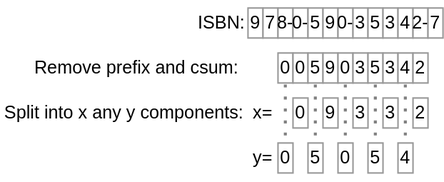
The draw.io diagram 2025/visualizing-all-books-in-isbn-space/coordinates.drawio.svg in phiresky/blog, before a commit. Source tidied: cells renumbered, new cells last; positions are measured from the earlier drawing's top-left corner, leaving out a move shared by most shapes. The source it was exported from:
```xml
<mxGraphModel>
  <root>
    <mxCell id="0" />
    <mxCell id="1" parent="0" />
    <mxCell id="2" value="ISBN:" style="text;html=1;strokeColor=none;fillColor=none;align=center;verticalAlign=middle;whiteSpace=wrap;rounded=0;" parent="1" vertex="1">
      <mxGeometry x="130" width="35" height="30" as="geometry" />
    </mxCell>
    <mxCell id="3" value="Remove prefix and csum:&lt;span style=&quot;color: rgba(0, 0, 0, 0); font-family: monospace; font-size: 0px; text-align: start;&quot;&gt;%3CmxGraphModel%3E%3Croot%3E%3CmxCell%20id%3D%220%22%2F%3E%3CmxCell%20id%3D%221%22%20parent%3D%220%22%2F%3E%3CmxCell%20id%3D%222%22%20value%3D%22ISBN%3A%20978-0-590-35342-7%22%20style%3D%22text%3Bhtml%3D1%3BstrokeColor%3Dnone%3BfillColor%3Dnone%3Balign%3Dcenter%3BverticalAlign%3Dmiddle%3BwhiteSpace%3Dwrap%3Brounded%3D0%3B%22%20vertex%3D%221%22%20parent%3D%221%22%3E%3CmxGeometry%20x%3D%22350%22%20y%3D%22290%22%20width%3D%22190%22%20height%3D%2230%22%20as%3D%22geometry%22%2F%3E%3C%2FmxCell%3E%3C%2Froot%3E%3C%2FmxGraphModel%3E&lt;/span&gt;" style="text;html=1;strokeColor=none;fillColor=none;align=center;verticalAlign=middle;whiteSpace=wrap;rounded=0;" parent="1" vertex="1">
      <mxGeometry x="20" y="30" width="145" height="30" as="geometry" />
    </mxCell>
    <mxCell id="4" value="0" style="rounded=0;whiteSpace=wrap;html=1;strokeColor=#999999;" parent="1" vertex="1">
      <mxGeometry x="185" y="35" width="10" height="20" as="geometry" />
    </mxCell>
    <mxCell id="5" value="0" style="rounded=0;whiteSpace=wrap;html=1;strokeColor=#999999;" parent="1" vertex="1">
      <mxGeometry x="195" y="35" width="10" height="20" as="geometry" />
    </mxCell>
    <mxCell id="6" value="5" style="rounded=0;whiteSpace=wrap;html=1;strokeColor=#999999;" parent="1" vertex="1">
      <mxGeometry x="205" y="35" width="10" height="20" as="geometry" />
    </mxCell>
    <mxCell id="7" value="9" style="rounded=0;whiteSpace=wrap;html=1;strokeColor=#999999;" parent="1" vertex="1">
      <mxGeometry x="215" y="35" width="10" height="20" as="geometry" />
    </mxCell>
    <mxCell id="8" value="0" style="rounded=0;whiteSpace=wrap;html=1;strokeColor=#999999;" parent="1" vertex="1">
      <mxGeometry x="225" y="35" width="10" height="20" as="geometry" />
    </mxCell>
    <mxCell id="9" value="3" style="rounded=0;whiteSpace=wrap;html=1;strokeColor=#999999;" parent="1" vertex="1">
      <mxGeometry x="235" y="35" width="10" height="20" as="geometry" />
    </mxCell>
    <mxCell id="10" value="5" style="rounded=0;whiteSpace=wrap;html=1;strokeColor=#999999;" parent="1" vertex="1">
      <mxGeometry x="245" y="35" width="10" height="20" as="geometry" />
    </mxCell>
    <mxCell id="11" value="3" style="rounded=0;whiteSpace=wrap;html=1;strokeColor=#999999;" parent="1" vertex="1">
      <mxGeometry x="255" y="35" width="10" height="20" as="geometry" />
    </mxCell>
    <mxCell id="12" value="4" style="rounded=0;whiteSpace=wrap;html=1;strokeColor=#999999;" parent="1" vertex="1">
      <mxGeometry x="265" y="35" width="10" height="20" as="geometry" />
    </mxCell>
    <mxCell id="13" value="2" style="rounded=0;whiteSpace=wrap;html=1;strokeColor=#999999;" parent="1" vertex="1">
      <mxGeometry x="275" y="35" width="10" height="20" as="geometry" />
    </mxCell>
    <mxCell id="14" value="9" style="rounded=0;whiteSpace=wrap;html=1;strokeColor=#999999;" parent="1" vertex="1">
      <mxGeometry x="165" y="5" width="10" height="20" as="geometry" />
    </mxCell>
    <mxCell id="15" value="7" style="rounded=0;whiteSpace=wrap;html=1;strokeColor=#999999;" parent="1" vertex="1">
      <mxGeometry x="175" y="5" width="10" height="20" as="geometry" />
    </mxCell>
    <mxCell id="16" value="8-" style="rounded=0;whiteSpace=wrap;html=1;strokeColor=#999999;" parent="1" vertex="1">
      <mxGeometry x="185" y="5" width="10" height="20" as="geometry" />
    </mxCell>
    <mxCell id="17" value="0-" style="rounded=0;whiteSpace=wrap;html=1;strokeColor=#999999;" parent="1" vertex="1">
      <mxGeometry x="195" y="5" width="10" height="20" as="geometry" />
    </mxCell>
    <mxCell id="18" value="5" style="rounded=0;whiteSpace=wrap;html=1;strokeColor=#999999;" parent="1" vertex="1">
      <mxGeometry x="205" y="5" width="10" height="20" as="geometry" />
    </mxCell>
    <mxCell id="19" value="9" style="rounded=0;whiteSpace=wrap;html=1;strokeColor=#999999;" parent="1" vertex="1">
      <mxGeometry x="215" y="5" width="10" height="20" as="geometry" />
    </mxCell>
    <mxCell id="20" value="0-" style="rounded=0;whiteSpace=wrap;html=1;strokeColor=#999999;" parent="1" vertex="1">
      <mxGeometry x="225" y="5" width="10" height="20" as="geometry" />
    </mxCell>
    <mxCell id="21" value="3" style="rounded=0;whiteSpace=wrap;html=1;strokeColor=#999999;" parent="1" vertex="1">
      <mxGeometry x="235" y="5" width="10" height="20" as="geometry" />
    </mxCell>
    <mxCell id="22" value="5" style="rounded=0;whiteSpace=wrap;html=1;strokeColor=#999999;" parent="1" vertex="1">
      <mxGeometry x="245" y="5" width="10" height="20" as="geometry" />
    </mxCell>
    <mxCell id="23" value="3" style="rounded=0;whiteSpace=wrap;html=1;strokeColor=#999999;" parent="1" vertex="1">
      <mxGeometry x="255" y="5" width="10" height="20" as="geometry" />
    </mxCell>
    <mxCell id="24" value="4" style="rounded=0;whiteSpace=wrap;html=1;strokeColor=#999999;" parent="1" vertex="1">
      <mxGeometry x="265" y="5" width="10" height="20" as="geometry" />
    </mxCell>
    <mxCell id="25" value="2-" style="rounded=0;whiteSpace=wrap;html=1;strokeColor=#999999;" parent="1" vertex="1">
      <mxGeometry x="275" y="5" width="10" height="20" as="geometry" />
    </mxCell>
    <mxCell id="26" value="7" style="rounded=0;whiteSpace=wrap;html=1;strokeColor=#999999;" parent="1" vertex="1">
      <mxGeometry x="285" y="5" width="10" height="20" as="geometry" />
    </mxCell>
    <mxCell id="27" value="0" style="rounded=0;whiteSpace=wrap;html=1;strokeColor=#999999;" parent="1" vertex="1">
      <mxGeometry x="195" y="65" width="10" height="20" as="geometry" />
    </mxCell>
    <mxCell id="28" value="9" style="rounded=0;whiteSpace=wrap;html=1;strokeColor=#999999;" parent="1" vertex="1">
      <mxGeometry x="215" y="65" width="10" height="20" as="geometry" />
    </mxCell>
    <mxCell id="29" value="3" style="rounded=0;whiteSpace=wrap;html=1;strokeColor=#999999;" parent="1" vertex="1">
      <mxGeometry x="235" y="65" width="10" height="20" as="geometry" />
    </mxCell>
    <mxCell id="30" value="3" style="rounded=0;whiteSpace=wrap;html=1;strokeColor=#999999;" parent="1" vertex="1">
      <mxGeometry x="255" y="65" width="10" height="20" as="geometry" />
    </mxCell>
    <mxCell id="31" value="2" style="rounded=0;whiteSpace=wrap;html=1;strokeColor=#999999;" parent="1" vertex="1">
      <mxGeometry x="275" y="65" width="10" height="20" as="geometry" />
    </mxCell>
    <mxCell id="32" value="0" style="rounded=0;whiteSpace=wrap;html=1;strokeColor=#999999;" parent="1" vertex="1">
      <mxGeometry x="185" y="95" width="10" height="20" as="geometry" />
    </mxCell>
    <mxCell id="33" value="5" style="rounded=0;whiteSpace=wrap;html=1;strokeColor=#999999;" parent="1" vertex="1">
      <mxGeometry x="205" y="95" width="10" height="20" as="geometry" />
    </mxCell>
    <mxCell id="34" value="0" style="rounded=0;whiteSpace=wrap;html=1;strokeColor=#999999;" parent="1" vertex="1">
      <mxGeometry x="225" y="95" width="10" height="20" as="geometry" />
    </mxCell>
    <mxCell id="35" value="5" style="rounded=0;whiteSpace=wrap;html=1;strokeColor=#999999;" parent="1" vertex="1">
      <mxGeometry x="245" y="95" width="10" height="20" as="geometry" />
    </mxCell>
    <mxCell id="36" value="4" style="rounded=0;whiteSpace=wrap;html=1;strokeColor=#999999;" parent="1" vertex="1">
      <mxGeometry x="265" y="95" width="10" height="20" as="geometry" />
    </mxCell>
    <mxCell id="37" value="Split into x any y components:" style="text;html=1;strokeColor=none;fillColor=none;align=center;verticalAlign=middle;whiteSpace=wrap;rounded=0;" parent="1" vertex="1">
      <mxGeometry y="60" width="165" height="30" as="geometry" />
    </mxCell>
    <mxCell id="38" style="endArrow=none;dashed=1;html=1;dashPattern=1 3;strokeWidth=2;exitX=0.5;exitY=0;exitDx=0;exitDy=0;entryX=0.5;entryY=1;entryDx=0;entryDy=0;entryPerimeter=0;strokeColor=#808080;" parent="1" edge="1">
      <mxGeometry relative="1" as="geometry">
        <mxPoint x="209.9" y="90" as="sourcePoint" />
        <mxPoint x="209.9" y="50" as="targetPoint" />
      </mxGeometry>
    </mxCell>
    <mxCell id="39" style="endArrow=none;dashed=1;html=1;dashPattern=1 3;strokeWidth=2;exitX=0.5;exitY=0;exitDx=0;exitDy=0;entryX=0.5;entryY=1;entryDx=0;entryDy=0;entryPerimeter=0;strokeColor=#808080;" parent="1" edge="1">
      <mxGeometry relative="1" as="geometry">
        <mxPoint x="229.9" y="90" as="sourcePoint" />
        <mxPoint x="229.9" y="50" as="targetPoint" />
      </mxGeometry>
    </mxCell>
    <mxCell id="40" style="endArrow=none;dashed=1;html=1;dashPattern=1 3;strokeWidth=2;exitX=0.5;exitY=0;exitDx=0;exitDy=0;entryX=0.5;entryY=1;entryDx=0;entryDy=0;entryPerimeter=0;strokeColor=#808080;" parent="1" edge="1">
      <mxGeometry relative="1" as="geometry">
        <mxPoint x="249.9" y="90" as="sourcePoint" />
        <mxPoint x="249.9" y="50" as="targetPoint" />
      </mxGeometry>
    </mxCell>
    <mxCell id="41" style="endArrow=none;dashed=1;html=1;dashPattern=1 3;strokeWidth=2;exitX=0.5;exitY=0;exitDx=0;exitDy=0;entryX=0.5;entryY=1;entryDx=0;entryDy=0;entryPerimeter=0;strokeColor=#808080;" parent="1" edge="1">
      <mxGeometry relative="1" as="geometry">
        <mxPoint x="189.9" y="90" as="sourcePoint" />
        <mxPoint x="189.9" y="50" as="targetPoint" />
      </mxGeometry>
    </mxCell>
    <mxCell id="42" style="endArrow=none;dashed=1;html=1;dashPattern=1 3;strokeWidth=2;exitX=0.5;exitY=0;exitDx=0;exitDy=0;entryX=0.5;entryY=1;entryDx=0;entryDy=0;entryPerimeter=0;strokeColor=#808080;" parent="1" edge="1">
      <mxGeometry relative="1" as="geometry">
        <mxPoint x="269.9" y="90" as="sourcePoint" />
        <mxPoint x="269.9" y="50" as="targetPoint" />
      </mxGeometry>
    </mxCell>
    <mxCell id="43" value="x=" style="text;html=1;strokeColor=none;fillColor=none;align=center;verticalAlign=middle;whiteSpace=wrap;rounded=0;" parent="1" vertex="1">
      <mxGeometry x="145" y="60" width="60" height="30" as="geometry" />
    </mxCell>
    <mxCell id="44" value="y=" style="text;html=1;strokeColor=none;fillColor=none;align=center;verticalAlign=middle;whiteSpace=wrap;rounded=0;" parent="1" vertex="1">
      <mxGeometry x="145" y="90" width="60" height="30" as="geometry" />
    </mxCell>
  </root>
</mxGraphModel>
```
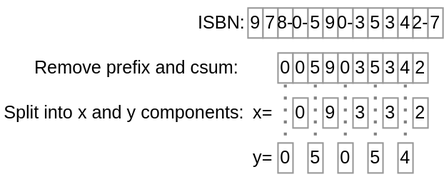
The same file after the commit.

The edit, as a diff of the source:
```diff
@@ -107,7 +107,7 @@
     <mxCell id="36" value="4" style="rounded=0;whiteSpace=wrap;html=1;strokeColor=#999999;" parent="1" vertex="1">
       <mxGeometry x="265" y="95" width="10" height="20" as="geometry" />
     </mxCell>
-    <mxCell id="37" value="Split into x any y components:" style="text;html=1;strokeColor=none;fillColor=none;align=center;verticalAlign=middle;whiteSpace=wrap;rounded=0;" parent="1" vertex="1">
+    <mxCell id="37" value="Split into x and y components:" style="text;html=1;strokeColor=none;fillColor=none;align=center;verticalAlign=middle;whiteSpace=wrap;rounded=0;" parent="1" vertex="1">
       <mxGeometry y="60" width="165" height="30" as="geometry" />
     </mxCell>
     <mxCell id="38" style="endArrow=none;dashed=1;html=1;dashPattern=1 3;strokeWidth=2;exitX=0.5;exitY=0;exitDx=0;exitDy=0;entryX=0.5;entryY=1;entryDx=0;entryDy=0;entryPerimeter=0;strokeColor=#808080;" parent="1" edge="1">
```
